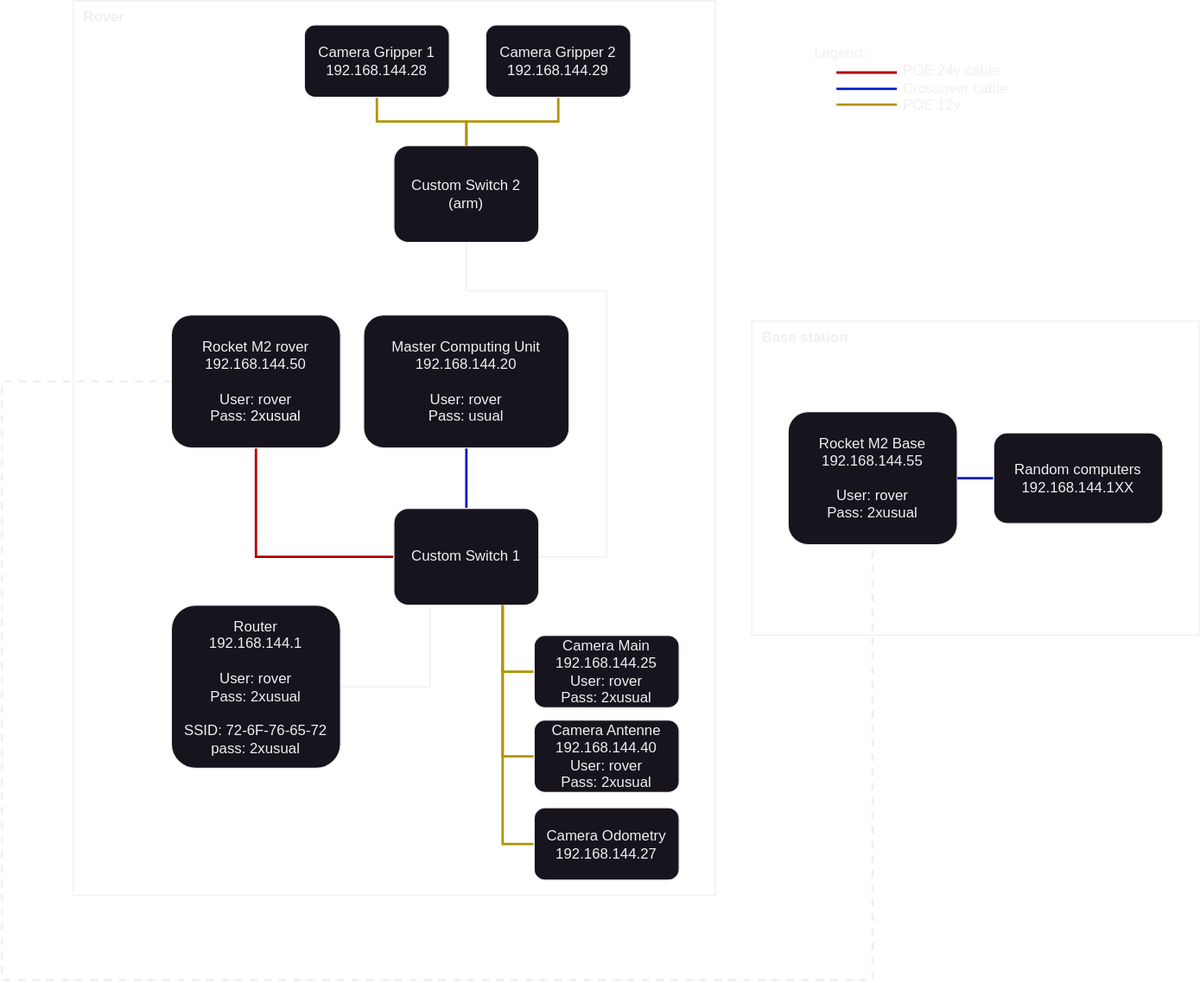
This is doc/architecture/lan-network.svg from robotique-udes/rover_documentation, a draw.io export, as it was before one commit. Source tidied: cells renumbered, new cells last; positions are measured from the earlier drawing's top-left corner, leaving out a move shared by most shapes.
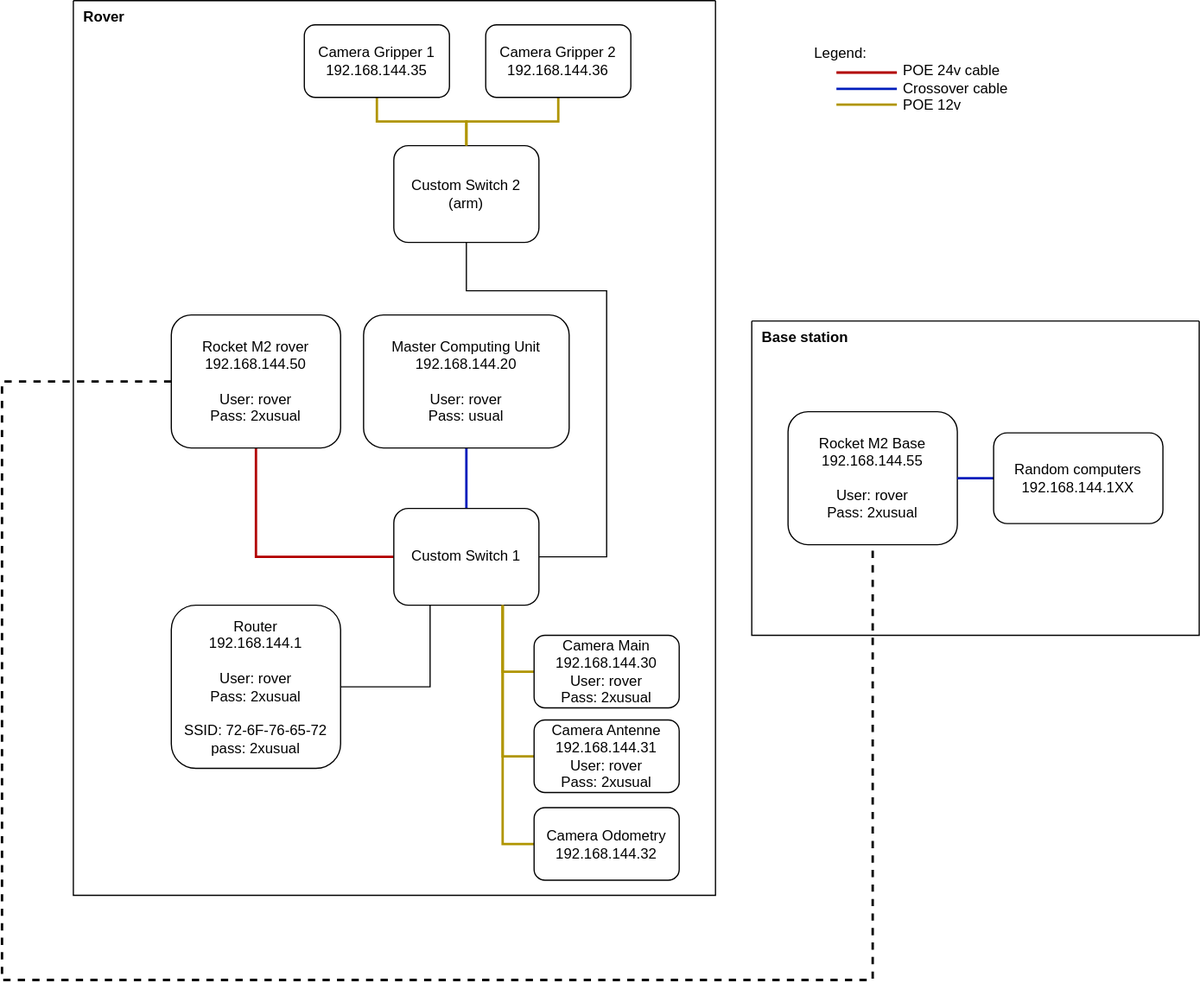
Later version of the same file.

Change to the diagram source:
```diff
@@ -31,7 +31,7 @@
     <mxCell id="7" value="Custom Switch 1" style="rounded=1;whiteSpace=wrap;html=1;" parent="1" vertex="1">
       <mxGeometry x="324" y="420" width="120" height="80" as="geometry" />
     </mxCell>
-    <mxCell id="8" value="Rocket M2 rover&lt;div&gt;192.168.144.50&lt;/div&gt;&lt;div&gt;&lt;br&gt;&lt;/div&gt;&lt;div&gt;User: rover&lt;/div&gt;&lt;div&gt;Pass:&lt;font color=&quot;#ffffff&quot;&gt;&amp;nbsp;&lt;span style=&quot;background-color: initial;&quot;&gt;2xusual&lt;/span&gt;&lt;/font&gt;&lt;/div&gt;" style="rounded=1;whiteSpace=wrap;html=1;" parent="1" vertex="1">
+    <mxCell id="8" value="Rocket M2 rover&lt;div&gt;192.168.144.50&lt;/div&gt;&lt;div&gt;&lt;br&gt;&lt;/div&gt;&lt;div&gt;User: rover&lt;/div&gt;&lt;div&gt;Pass:&lt;font color=&quot;#ffffff&quot;&gt;&amp;nbsp;&lt;/font&gt;&lt;span style=&quot;background-color: initial;&quot;&gt;2xusual&lt;/span&gt;&lt;/div&gt;" style="rounded=1;whiteSpace=wrap;html=1;" parent="1" vertex="1">
       <mxGeometry x="140" y="260" width="140" height="110" as="geometry" />
     </mxCell>
     <mxCell id="9" style="edgeStyle=orthogonalEdgeStyle;rounded=0;jettySize=auto;html=1;entryX=0.25;entryY=1;entryDx=0;entryDy=0;endArrow=none;endFill=0;" parent="1" edge="1" source="11" target="7">
@@ -52,10 +52,10 @@
     <mxCell id="12" style="edgeStyle=orthogonalEdgeStyle;rounded=0;jettySize=auto;html=1;exitX=0;exitY=0.5;exitDx=0;exitDy=0;entryX=0.75;entryY=1;entryDx=0;entryDy=0;endArrow=none;endFill=0;strokeWidth=2;fillColor=#e3c800;strokeColor=#B09500;" parent="1" edge="1" source="13" target="7">
       <mxGeometry relative="1" as="geometry" />
     </mxCell>
-    <mxCell id="13" value="Camera Antenne&lt;div&gt;192.168.144.40&lt;/div&gt;&lt;div&gt;User: rover&lt;/div&gt;&lt;div&gt;Pass: 2xusual&lt;/div&gt;" style="rounded=1;whiteSpace=wrap;html=1;" parent="1" vertex="1">
+    <mxCell id="13" value="Camera Antenne&lt;div&gt;192.168.144.31&lt;/div&gt;&lt;div&gt;User: rover&lt;/div&gt;&lt;div&gt;Pass: 2xusual&lt;/div&gt;" style="rounded=1;whiteSpace=wrap;html=1;" parent="1" vertex="1">
       <mxGeometry x="440" y="595" width="120" height="60" as="geometry" />
     </mxCell>
-    <mxCell id="14" value="Camera Main&lt;div&gt;192.168.144.25&lt;/div&gt;&lt;div&gt;User: rover&lt;/div&gt;&lt;div&gt;Pass: 2xusual&lt;/div&gt;" style="rounded=1;whiteSpace=wrap;html=1;" parent="1" vertex="1">
+    <mxCell id="14" value="Camera Main&lt;div&gt;192.168.144.30&lt;/div&gt;&lt;div&gt;User: rover&lt;/div&gt;&lt;div&gt;Pass: 2xusual&lt;/div&gt;" style="rounded=1;whiteSpace=wrap;html=1;" parent="1" vertex="1">
       <mxGeometry x="440" y="525" width="120" height="60" as="geometry" />
     </mxCell>
     <mxCell id="15" style="edgeStyle=orthogonalEdgeStyle;rounded=0;jettySize=auto;html=1;entryX=0.75;entryY=1;entryDx=0;entryDy=0;endArrow=none;endFill=0;strokeWidth=2;fillColor=#e3c800;strokeColor=#B09500;" parent="1" edge="1" source="16" target="7">
@@ -65,7 +65,7 @@
         </Array>
       </mxGeometry>
     </mxCell>
-    <mxCell id="16" value="Camera Odometry&lt;div&gt;192.168.144.27&lt;/div&gt;" style="rounded=1;whiteSpace=wrap;html=1;" parent="1" vertex="1">
+    <mxCell id="16" value="Camera Odometry&lt;div&gt;192.168.144.32&lt;/div&gt;" style="rounded=1;whiteSpace=wrap;html=1;" parent="1" vertex="1">
       <mxGeometry x="440" y="667.5" width="120" height="60" as="geometry" />
     </mxCell>
     <mxCell id="17" style="edgeStyle=orthogonalEdgeStyle;rounded=0;jettySize=auto;html=1;entryX=0.5;entryY=1;entryDx=0;entryDy=0;endArrow=none;endFill=0;fillColor=#e3c800;strokeColor=#B09500;strokeWidth=2;" parent="1" edge="1" source="18" target="19">
@@ -74,18 +74,18 @@
     <mxCell id="18" value="Custom Switch 2&lt;br&gt;(arm)" style="rounded=1;whiteSpace=wrap;html=1;" parent="1" vertex="1">
       <mxGeometry x="324" y="120" width="120" height="80" as="geometry" />
     </mxCell>
-    <mxCell id="19" value="Camera Gripper 2&lt;div&gt;192.168.144.29&lt;/div&gt;" style="rounded=1;whiteSpace=wrap;html=1;" parent="1" vertex="1">
-      <mxGeometry x="400" y="20" width="120" height="60" as="geometry" />
-    </mxCell>
     <mxCell id="20" style="edgeStyle=orthogonalEdgeStyle;rounded=0;jettySize=auto;html=1;entryX=0.5;entryY=0;entryDx=0;entryDy=0;endArrow=none;endFill=0;fillColor=#e3c800;strokeColor=#B09500;strokeWidth=2;" parent="1" edge="1" source="21" target="18">
       <mxGeometry relative="1" as="geometry" />
     </mxCell>
-    <mxCell id="21" value="Camera Gripper 1&lt;div&gt;192.168.144.28&lt;/div&gt;" style="rounded=1;whiteSpace=wrap;html=1;" parent="1" vertex="1">
+    <mxCell id="21" value="Camera Gripper 1&lt;div&gt;192.168.144.35&lt;/div&gt;" style="rounded=1;whiteSpace=wrap;html=1;" parent="1" vertex="1">
       <mxGeometry x="250" y="20" width="120" height="60" as="geometry" />
     </mxCell>
     <mxCell id="22" value="  Rover" style="swimlane;startSize=0;align=left;verticalAlign=top;" parent="1" vertex="1">
       <mxGeometry x="59" width="531" height="740" as="geometry" />
     </mxCell>
+    <mxCell id="19" value="Camera Gripper 2&lt;div&gt;192.168.144.36&lt;/div&gt;" style="rounded=1;whiteSpace=wrap;html=1;" parent="22" vertex="1">
+      <mxGeometry x="341" y="20" width="120" height="60" as="geometry" />
+    </mxCell>
     <mxCell id="23" value="  Base station" style="swimlane;startSize=0;align=left;verticalAlign=top;" parent="1" vertex="1">
       <mxGeometry x="620" y="265" width="370" height="260" as="geometry" />
     </mxCell>
```
